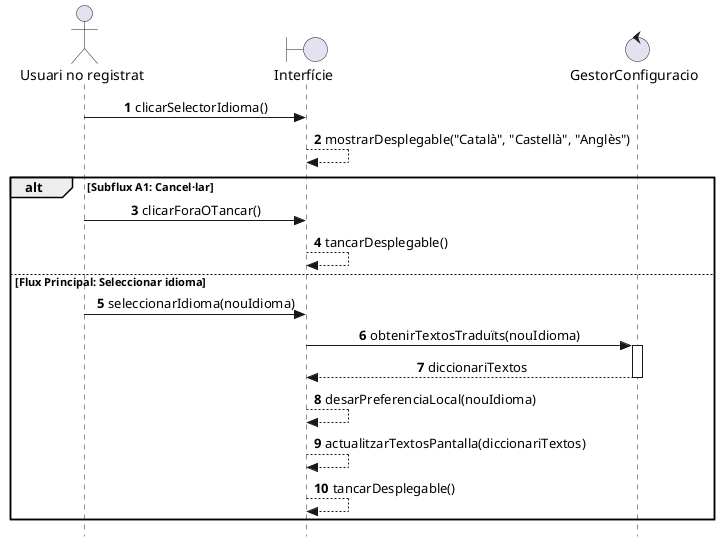
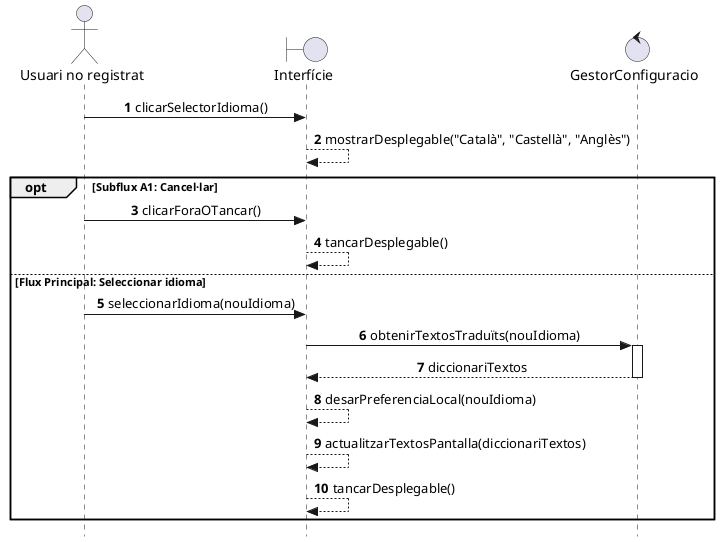
@startuml
autonumber
skinparam style strictuml
skinparam SequenceMessageAlign center

actor "Usuari no registrat" as UNR
boundary "Interfície" as Interf
control "GestorConfiguracio" as GestorConf

UNR -> Interf: clicarSelectorIdioma()
Interf --> Interf: mostrarDesplegable("Català", "Castellà", "Anglès")

- alt Subflux A1: Cancel·lar
+ opt Subflux A1: Cancel·lar
    UNR -> Interf: clicarForaOTancar()
    Interf --> Interf: tancarDesplegable()
else Flux Principal: Seleccionar idioma
    UNR -> Interf: seleccionarIdioma(nouIdioma)

    Interf -> GestorConf: obtenirTextosTraduïts(nouIdioma)
    activate GestorConf

    ' El gestor processa la petició internament sense consultar la BD
    GestorConf --> Interf: diccionariTextos
    deactivate GestorConf

    Interf --> Interf: desarPreferenciaLocal(nouIdioma)
    Interf --> Interf: actualitzarTextosPantalla(diccionariTextos)
    Interf --> Interf: tancarDesplegable()
end

@enduml
